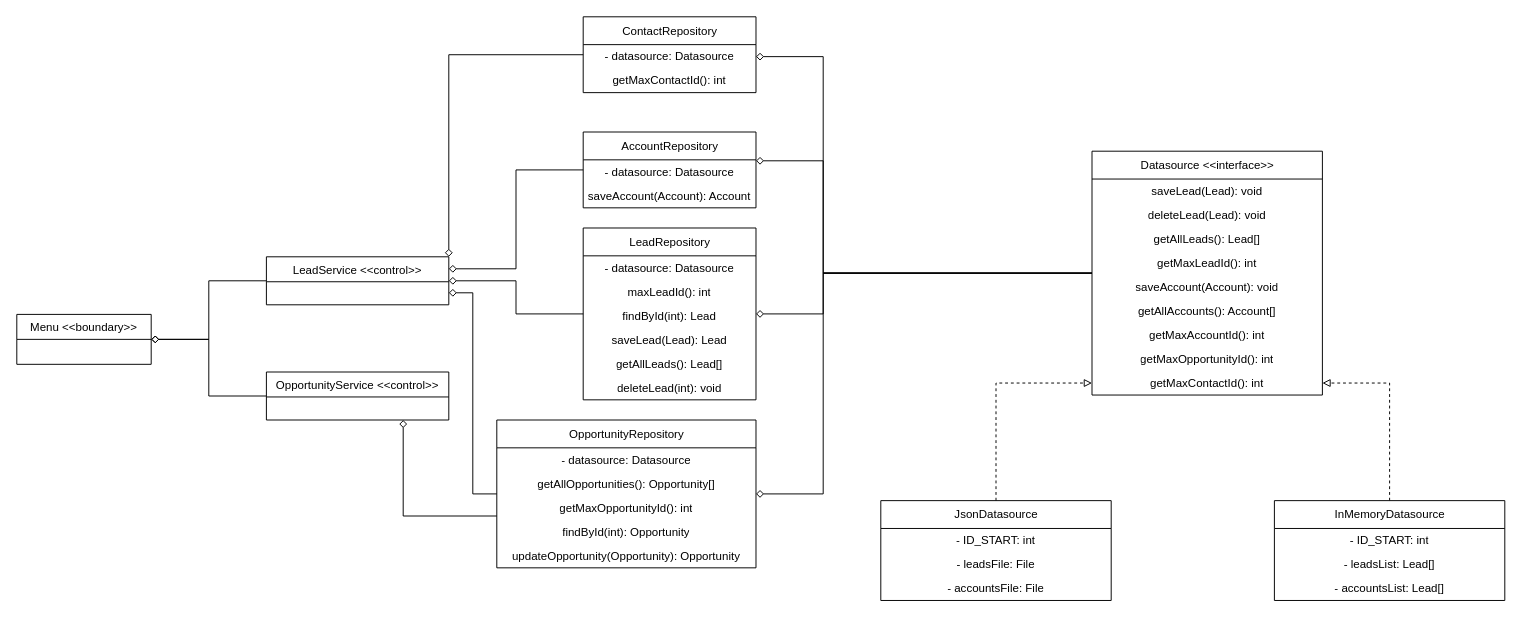
Before: docs/CRM-ArchDiagram.drawio in J3-PT-Java-Bootcamp/Team5-CRM, a draw.io diagram. Source tidied: cells renumbered, new cells numbered last; positions are measured from the earlier drawing's top-left corner, leaving out a move shared by most shapes. Both pictures are drawn from the tidied source at 96%, with x=0, y=0 at pixel (16, 16).
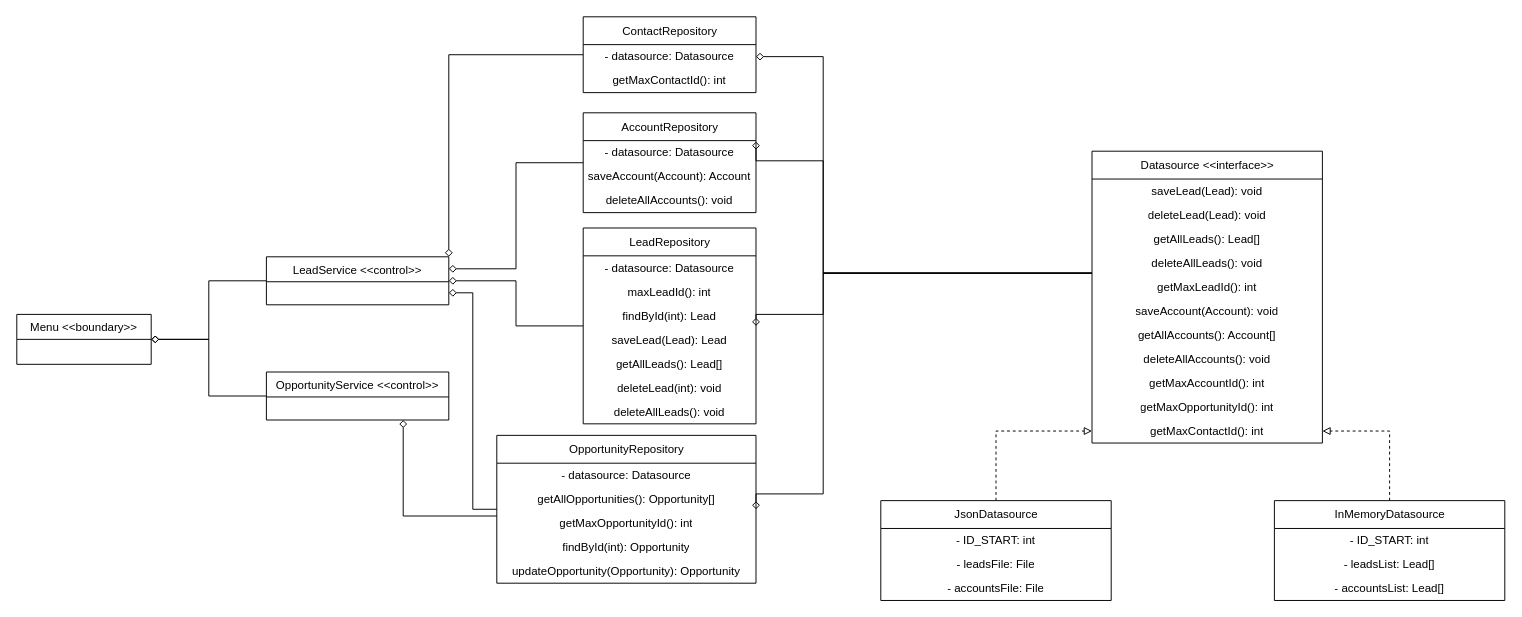
The same diagram, later.

What changed in the source:
```diff
@@
     <mxCell id="6" value="&lt;span style=&quot;font-weight: normal;&quot;&gt;Datasource &amp;lt;&amp;lt;interface&amp;gt;&amp;gt;&lt;/span&gt;" style="swimlane;fontStyle=1;align=center;verticalAlign=middle;horizontal=1;startSize=29;html=1;" parent="1" vertex="1">
-      <mxGeometry x="1120" y="140" width="240" height="254" as="geometry" />
+      <mxGeometry x="1120" y="140" width="240" height="304" as="geometry" />
     </mxCell>
@@
+    <mxCell id="55" value="deleteAllLeads(): void" style="text;html=1;strokeColor=none;fillColor=none;align=center;verticalAlign=middle;spacingLeft=4;spacingRight=4;overflow=hidden;" parent="6" vertex="1">
+      <mxGeometry y="104" width="240" height="25" as="geometry" />
+    </mxCell>
     <mxCell id="10" value="getMaxLeadId(): int" style="text;html=1;strokeColor=none;fillColor=none;align=center;verticalAlign=middle;spacingLeft=4;spacingRight=4;overflow=hidden;" parent="6" vertex="1">
-      <mxGeometry y="104" width="240" height="25" as="geometry" />
+      <mxGeometry y="129" width="240" height="25" as="geometry" />
     </mxCell>
     <mxCell id="11" value="saveAccount(Account): void" style="text;html=1;strokeColor=none;fillColor=none;align=center;verticalAlign=middle;spacingLeft=4;spacingRight=4;overflow=hidden;" parent="6" vertex="1">
-      <mxGeometry y="129" width="240" height="25" as="geometry" />
+      <mxGeometry y="154" width="240" height="25" as="geometry" />
     </mxCell>
     <mxCell id="12" value="getAllAccounts(): Account[]" style="text;html=1;strokeColor=none;fillColor=none;align=center;verticalAlign=middle;spacingLeft=4;spacingRight=4;overflow=hidden;" parent="6" vertex="1">
-      <mxGeometry y="154" width="240" height="25" as="geometry" />
+      <mxGeometry y="179" width="240" height="25" as="geometry" />
     </mxCell>
+    <mxCell id="56" value="deleteAllAccounts(): void" style="text;html=1;strokeColor=none;fillColor=none;align=center;verticalAlign=middle;spacingLeft=4;spacingRight=4;overflow=hidden;" parent="6" vertex="1">
+      <mxGeometry y="204" width="240" height="25" as="geometry" />
+    </mxCell>
     <mxCell id="13" value="getMaxAccountId(): int" style="text;html=1;strokeColor=none;fillColor=none;align=center;verticalAlign=middle;spacingLeft=4;spacingRight=4;overflow=hidden;" parent="6" vertex="1">
-      <mxGeometry y="179" width="240" height="25" as="geometry" />
+      <mxGeometry y="229" width="240" height="25" as="geometry" />
     </mxCell>
     <mxCell id="14" value="getMaxOpportunityId(): int" style="text;html=1;strokeColor=none;fillColor=none;align=center;verticalAlign=middle;spacingLeft=4;spacingRight=4;overflow=hidden;" parent="6" vertex="1">
-      <mxGeometry y="204" width="240" height="25" as="geometry" />
+      <mxGeometry y="254" width="240" height="25" as="geometry" />
     </mxCell>
     <mxCell id="15" value="getMaxContactId(): int" style="text;html=1;strokeColor=none;fillColor=none;align=center;verticalAlign=middle;spacingLeft=4;spacingRight=4;overflow=hidden;points=[[0,0.5],[1,0.5]];portConstraint=eastwest;" parent="6" vertex="1">
-      <mxGeometry y="229" width="240" height="25" as="geometry" />
+      <mxGeometry y="279" width="240" height="25" as="geometry" />
     </mxCell>
@@
     <mxCell id="27" value="&lt;span style=&quot;font-weight: normal;&quot;&gt;AccountRepository&lt;/span&gt;" style="swimlane;fontStyle=1;align=center;verticalAlign=middle;horizontal=1;startSize=29;html=1;" parent="1" vertex="1">
-      <mxGeometry x="590" y="120" width="180" height="79" as="geometry" />
+      <mxGeometry x="590" y="100" width="180" height="104" as="geometry" />
     </mxCell>
@@
+    <mxCell id="57" value="deleteAllAccounts(): void" style="text;html=1;strokeColor=none;fillColor=none;align=center;verticalAlign=middle;spacingLeft=4;spacingRight=4;overflow=hidden;" parent="27" vertex="1">
+      <mxGeometry y="79" width="180" height="25" as="geometry" />
+    </mxCell>
@@
     <mxCell id="31" value="&lt;span style=&quot;font-weight: normal;&quot;&gt;LeadRepository&lt;/span&gt;" style="swimlane;fontStyle=1;align=center;verticalAlign=middle;horizontal=1;startSize=29;html=1;" parent="1" vertex="1">
-      <mxGeometry x="590" y="220" width="180" height="179" as="geometry" />
+      <mxGeometry x="590" y="220" width="180" height="204" as="geometry" />
     </mxCell>
@@
+    <mxCell id="58" value="deleteAllLeads(): void" style="text;html=1;strokeColor=none;fillColor=none;align=center;verticalAlign=middle;spacingLeft=4;spacingRight=4;overflow=hidden;" parent="31" vertex="1">
+      <mxGeometry y="179" width="180" height="25" as="geometry" />
+    </mxCell>
@@
     <mxCell id="40" value="&lt;span style=&quot;font-weight: normal;&quot;&gt;OpportunityRepository&lt;/span&gt;" style="swimlane;fontStyle=1;align=center;verticalAlign=middle;horizontal=1;startSize=29;html=1;" parent="1" vertex="1">
-      <mxGeometry x="500" y="420" width="270" height="154" as="geometry" />
+      <mxGeometry x="500" y="436" width="270" height="154" as="geometry" />
     </mxCell>
```
